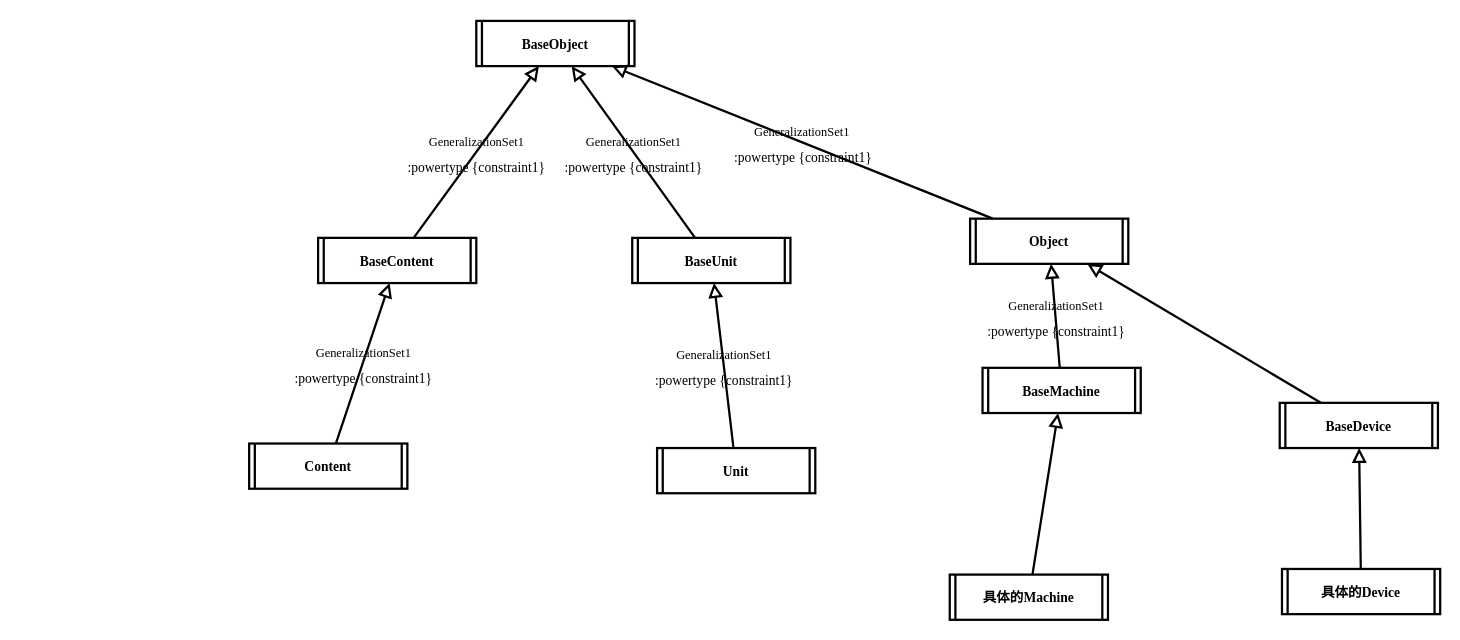
Above: Design/程序设计.drawio in EntelechySystem/EntelechySystem_theory (draw.io), before the change. Source tidied: cells renumbered, new cells numbered last; positions are measured from the earlier drawing's top-left corner, leaving out a move shared by most shapes. Both pictures are drawn from the tidied source at 113%, with x=0, y=0 at pixel (249, 20).
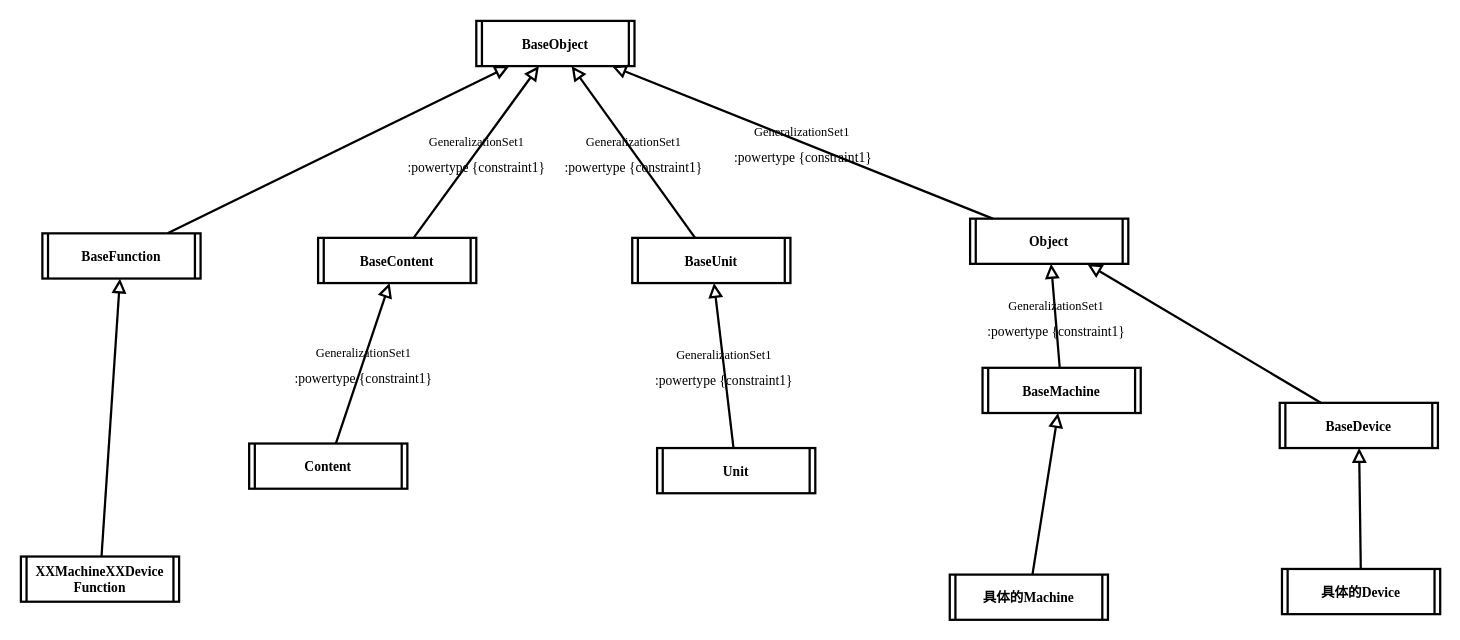
After the change.

Unchanged cells that the change refers to:
```xml
<mxCell id="2" value="BaseObject" style="shape=process2;fixedSize=1;size=5;fontStyle=1;fontFamily=Times New Roman;strokeWidth=2;" parent="1" vertex="1">
  <mxGeometry x="201" width="140" height="40" as="geometry" />
</mxCell>
```

What changed in the source:
```diff
@@
+    <mxCell id="27" style="edgeStyle=none;shape=connector;rounded=0;jettySize=auto;html=1;labelBackgroundColor=none;fontFamily=Times New Roman;fontSize=11;fontColor=default;endArrow=block;endFill=0;endSize=8;strokeColor=default;strokeWidth=2;" parent="1" edge="1" source="28" target="2">
+      <mxGeometry relative="1" as="geometry" />
+    </mxCell>
+    <mxCell id="28" value="BaseFunction" style="shape=process2;fixedSize=1;size=5;fontStyle=1;fontFamily=Times New Roman;strokeWidth=2;" parent="1" vertex="1">
+      <mxGeometry x="-183" y="188" width="140" height="40" as="geometry" />
+    </mxCell>
+    <mxCell id="29" style="edgeStyle=none;shape=connector;rounded=0;jettySize=auto;html=1;labelBackgroundColor=none;fontFamily=Times New Roman;fontSize=11;fontColor=default;endArrow=block;endFill=0;endSize=8;strokeColor=default;strokeWidth=2;" parent="1" edge="1" source="30" target="28">
+      <mxGeometry relative="1" as="geometry" />
+    </mxCell>
+    <mxCell id="30" value="XXMachineXXDevice&#10;Function" style="shape=process2;fixedSize=1;size=5;fontStyle=1;fontFamily=Times New Roman;strokeWidth=2;" parent="1" vertex="1">
+      <mxGeometry x="-202" y="474" width="140" height="40" as="geometry" />
+    </mxCell>
```
